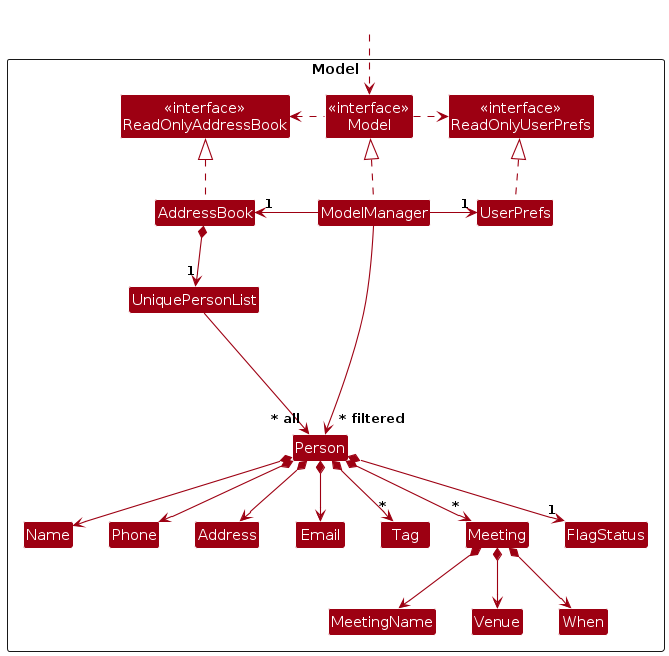
Earlier version of the PlantUML export diagrams/ModelClassDiagram.png (AY2526S1-CS2103-F10-1/tp). Its source is kept beside it as diagrams/ModelClassDiagram.puml.
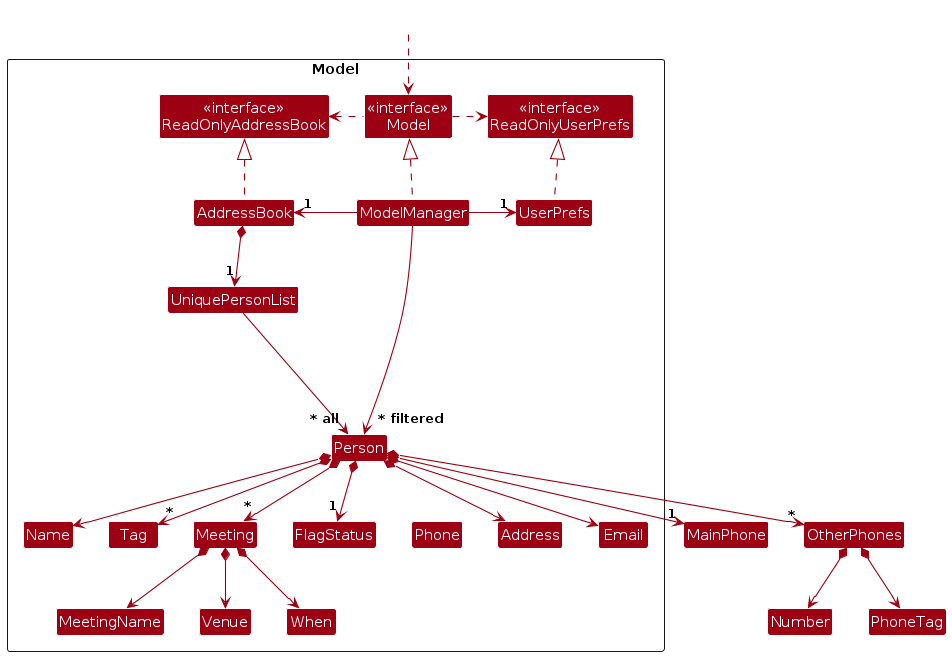
Later version of the same file.

Change to the diagram source:
```diff
@@ -43,7 +43,8 @@
 AddressBook *--> "1" UniquePersonList
 UniquePersonList --> "~* all" Person
 Person *--> Name
-Person *--> Phone
+Person *--> "1" MainPhone
+Person *--> "*" OtherPhones
 Person *--> Email
 Person *--> Address
 Person *--> "*" Tag
@@ -52,6 +53,8 @@
 Meeting *--> MeetingName
 Meeting *--> Venue
 Meeting *--> When
+OtherPhones *--> Number
+OtherPhones *--> PhoneTag
 
 Person -[hidden]up--> I
 UniquePersonList -[hidden]right-> I
```
